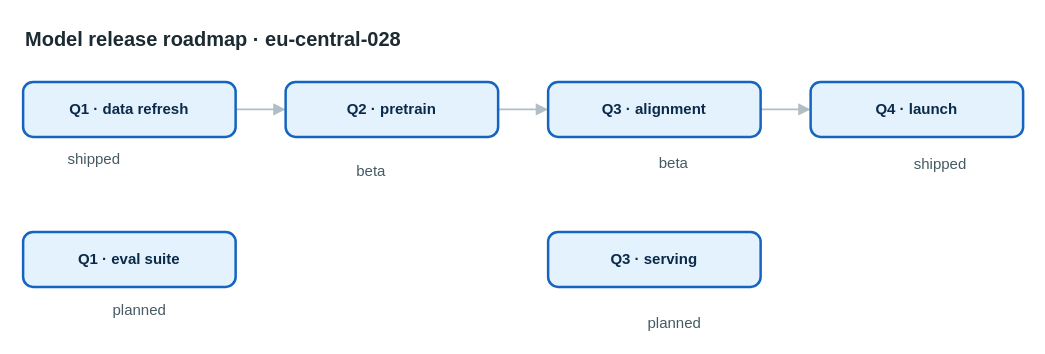
AryanG01/open-apprentice keeps this draw.io diagram as apps/web/public/samples/library/028-model-release-roadmap.drawio. Above is the earlier version. Source tidied: cells renumbered, new cells numbered last; positions are measured from the earlier drawing's top-left corner, leaving out a move shared by most shapes. Both pictures are drawn from the tidied source at 125%, with x=0, y=0 at pixel (22, 21).
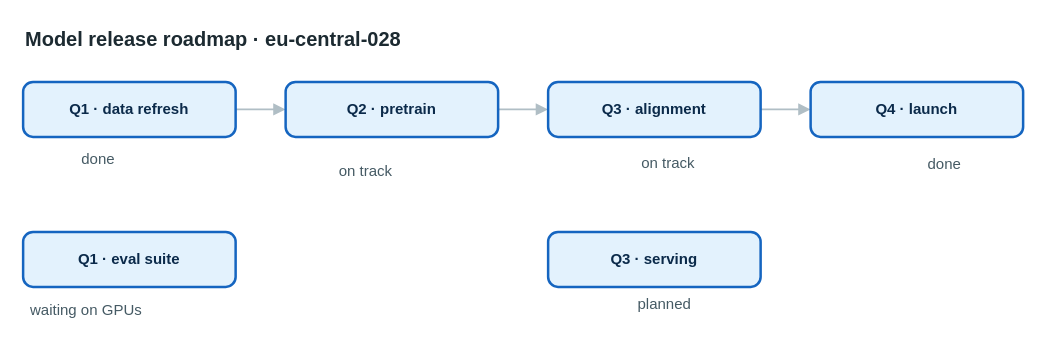
Above is the later version.

Change to the diagram source:
```diff
@@
 <mxGraphModel>
   <root>
     <mxCell id="0" />
     <mxCell id="1" parent="0" />
     <mxCell id="2" value="Model release roadmap · eu-central-028" style="rounded=0;whiteSpace=wrap;html=1;fillColor=none;strokeColor=none;fontSize=16;fontStyle=1;align=left;fontColor=#1c2a31;" parent="1" vertex="1">
       <mxGeometry width="420" height="28" as="geometry" />
     </mxCell>
     <mxCell id="3" style="edgeStyle=orthogonalEdgeStyle;rounded=1;html=1;strokeColor=#b0bec5;strokeWidth=1.5;endArrow=block;endFill=1;" parent="1" edge="1" source="6" target="7">
       <mxGeometry relative="1" as="geometry" />
     </mxCell>
     <mxCell id="4" style="edgeStyle=orthogonalEdgeStyle;rounded=1;html=1;strokeColor=#b0bec5;strokeWidth=1.5;endArrow=block;endFill=1;" parent="1" edge="1" source="7" target="8">
       <mxGeometry relative="1" as="geometry" />
     </mxCell>
     <mxCell id="5" style="edgeStyle=orthogonalEdgeStyle;rounded=1;html=1;strokeColor=#b0bec5;strokeWidth=1.5;endArrow=block;endFill=1;" parent="1" edge="1" source="8" target="9">
       <mxGeometry relative="1" as="geometry" />
     </mxCell>
     <mxCell id="6" value="Q1 · data refresh" style="rounded=1;arcSize=18;whiteSpace=wrap;html=1;fillColor=#e3f2fd;strokeColor=#1565c0;strokeWidth=2;fontColor=#0b2a4a;fontStyle=1;" parent="1" vertex="1">
       <mxGeometry y="48" width="170" height="44" as="geometry" />
     </mxCell>
     <mxCell id="7" value="Q2 · pretrain" style="rounded=1;arcSize=18;whiteSpace=wrap;html=1;fillColor=#e3f2fd;strokeColor=#1565c0;strokeWidth=2;fontColor=#0b2a4a;fontStyle=1;" parent="1" vertex="1">
       <mxGeometry x="210" y="48" width="170" height="44" as="geometry" />
     </mxCell>
     <mxCell id="8" value="Q3 · alignment" style="rounded=1;arcSize=18;whiteSpace=wrap;html=1;fillColor=#e3f2fd;strokeColor=#1565c0;strokeWidth=2;fontColor=#0b2a4a;fontStyle=1;" parent="1" vertex="1">
       <mxGeometry x="420" y="48" width="170" height="44" as="geometry" />
     </mxCell>
     <mxCell id="9" value="Q4 · launch" style="rounded=1;arcSize=18;whiteSpace=wrap;html=1;fillColor=#e3f2fd;strokeColor=#1565c0;strokeWidth=2;fontColor=#0b2a4a;fontStyle=1;" parent="1" vertex="1">
       <mxGeometry x="630" y="48" width="170" height="44" as="geometry" />
     </mxCell>
     <mxCell id="10" value="Q1 · eval suite" style="rounded=1;arcSize=18;whiteSpace=wrap;html=1;fillColor=#e3f2fd;strokeColor=#1565c0;strokeWidth=2;fontColor=#0b2a4a;fontStyle=1;" parent="1" vertex="1">
       <mxGeometry y="168" width="170" height="44" as="geometry" />
     </mxCell>
     <mxCell id="11" value="Q3 · serving" style="rounded=1;arcSize=18;whiteSpace=wrap;html=1;fillColor=#e3f2fd;strokeColor=#1565c0;strokeWidth=2;fontColor=#0b2a4a;fontStyle=1;" parent="1" vertex="1">
       <mxGeometry x="420" y="168" width="170" height="44" as="geometry" />
     </mxCell>
-    <mxCell id="12" value="shipped" style="text;html=1;align=left;verticalAlign=top;whiteSpace=nowrap;spacing=0;spacingTop=0;strokeColor=none;fillColor=none;fontSize=12;fontColor=#455a64;" parent="1" vertex="1">
-      <mxGeometry x="36" y="98" width="61" height="20" as="geometry" />
+    <mxCell id="12" value="done" style="text;html=1;align=left;verticalAlign=top;whiteSpace=nowrap;spacing=0;spacingTop=0;strokeColor=none;fillColor=none;fontSize=12;fontColor=#455a64;" parent="1" vertex="1">
+      <mxGeometry x="47" y="98" width="40" height="20" as="geometry" />
     </mxCell>
-    <mxCell id="13" value="beta" style="text;html=1;align=left;verticalAlign=top;whiteSpace=nowrap;spacing=0;spacingTop=0;strokeColor=none;fillColor=none;fontSize=12;fontColor=#455a64;" parent="1" vertex="1">
-      <mxGeometry x="267" y="108" width="40" height="20" as="geometry" />
+    <mxCell id="13" value="on track" style="text;html=1;align=left;verticalAlign=top;whiteSpace=nowrap;spacing=0;spacingTop=0;strokeColor=none;fillColor=none;fontSize=12;fontColor=#455a64;" parent="1" vertex="1">
+      <mxGeometry x="253" y="108" width="68" height="20" as="geometry" />
     </mxCell>
-    <mxCell id="14" value="beta" style="text;html=1;align=left;verticalAlign=top;whiteSpace=nowrap;spacing=0;spacingTop=0;strokeColor=none;fillColor=none;fontSize=12;fontColor=#455a64;" parent="1" vertex="1">
-      <mxGeometry x="509" y="101" width="40" height="20" as="geometry" />
+    <mxCell id="14" value="on track" style="text;html=1;align=left;verticalAlign=top;whiteSpace=nowrap;spacing=0;spacingTop=0;strokeColor=none;fillColor=none;fontSize=12;fontColor=#455a64;" parent="1" vertex="1">
+      <mxGeometry x="495" y="101" width="68" height="20" as="geometry" />
     </mxCell>
-    <mxCell id="15" value="shipped" style="text;html=1;align=left;verticalAlign=top;whiteSpace=nowrap;spacing=0;spacingTop=0;strokeColor=none;fillColor=none;fontSize=12;fontColor=#455a64;" parent="1" vertex="1">
-      <mxGeometry x="713" y="102" width="61" height="20" as="geometry" />
+    <mxCell id="15" value="done" style="text;html=1;align=left;verticalAlign=top;whiteSpace=nowrap;spacing=0;spacingTop=0;strokeColor=none;fillColor=none;fontSize=12;fontColor=#455a64;" parent="1" vertex="1">
+      <mxGeometry x="724" y="102" width="40" height="20" as="geometry" />
     </mxCell>
-    <mxCell id="16" value="planned" style="text;html=1;align=left;verticalAlign=top;whiteSpace=nowrap;spacing=0;spacingTop=0;strokeColor=none;fillColor=none;fontSize=12;fontColor=#455a64;" parent="1" vertex="1">
-      <mxGeometry x="72" y="219" width="61" height="20" as="geometry" />
+    <mxCell id="16" value="waiting on GPUs" style="text;html=1;align=left;verticalAlign=top;whiteSpace=nowrap;spacing=0;spacingTop=0;strokeColor=none;fillColor=none;fontSize=12;fontColor=#455a64;" parent="1" vertex="1">
+      <mxGeometry x="6" y="219" width="117" height="20" as="geometry" />
     </mxCell>
     <mxCell id="17" value="planned" style="text;html=1;align=left;verticalAlign=top;whiteSpace=nowrap;spacing=0;spacingTop=0;strokeColor=none;fillColor=none;fontSize=12;fontColor=#455a64;" parent="1" vertex="1">
-      <mxGeometry x="500" y="229" width="61" height="20" as="geometry" />
+      <mxGeometry x="492" y="214" width="61" height="20" as="geometry" />
     </mxCell>
   </root>
 </mxGraphModel>
```
